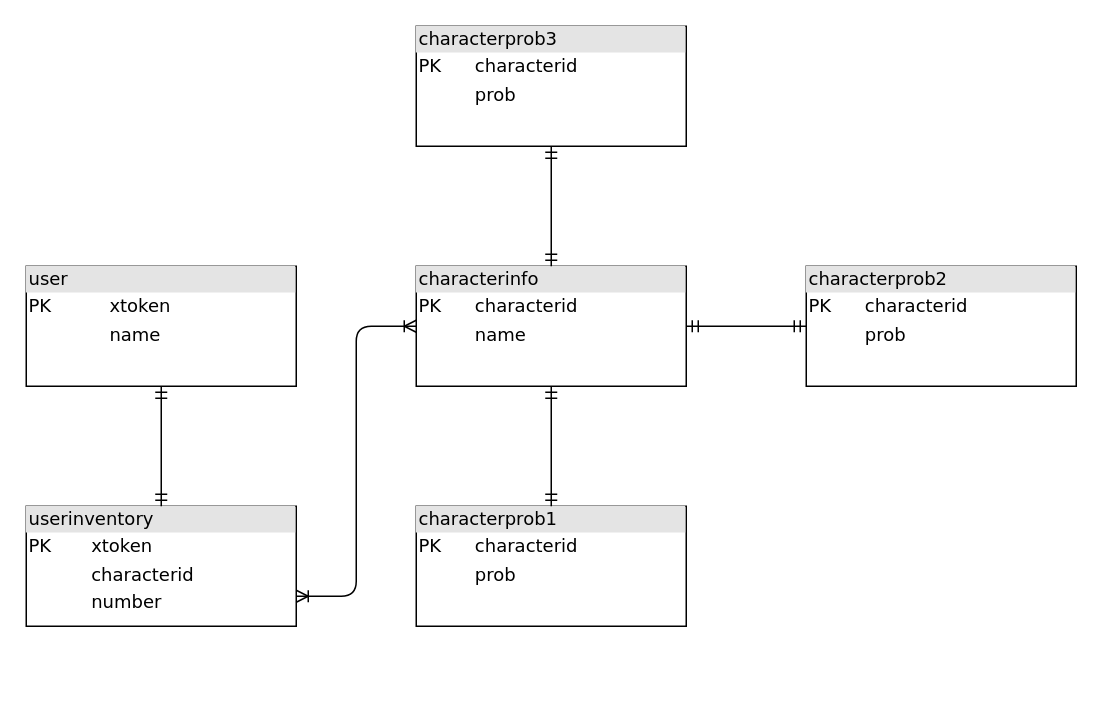
Above: Untitled Diagram.drawio in Rabishop/techtrain (draw.io), before the change. Source tidied: cells renumbered, new cells numbered last; positions are measured from the earlier drawing's top-left corner, leaving out a move shared by most shapes. Both pictures are drawn from the tidied source at 150%, with x=0, y=0 at pixel (26, 26).
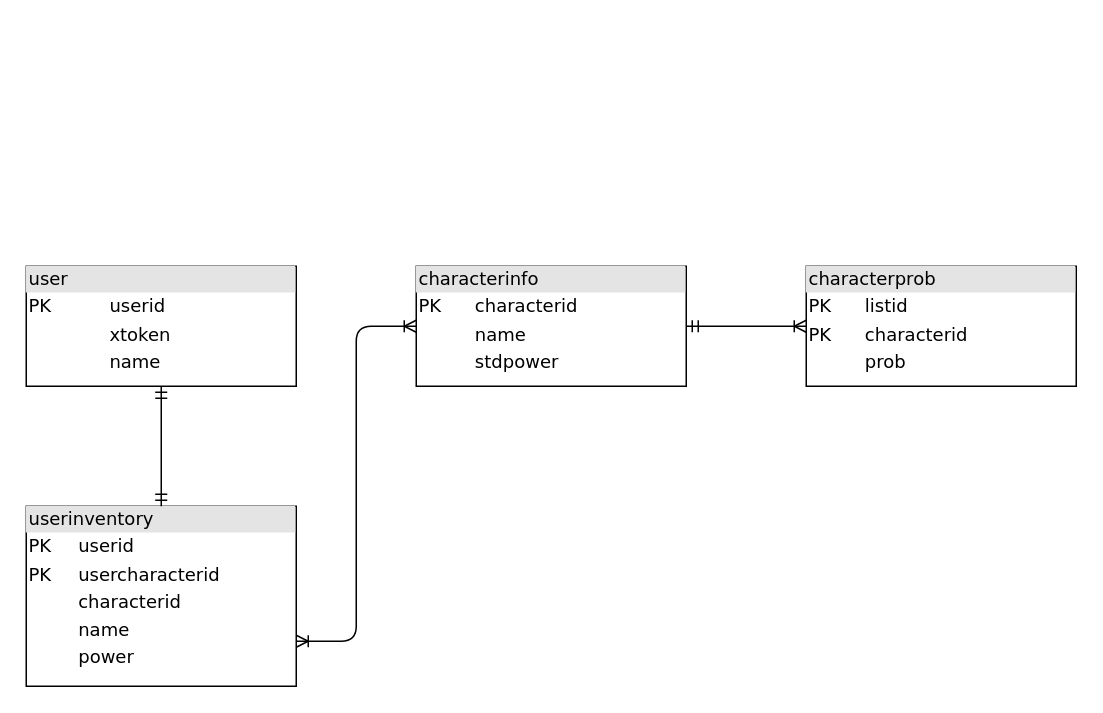
Above is the later version.

Diff of the diagram source:
```diff
@@
 <mxGraphModel>
   <root>
     <mxCell id="0" />
     <mxCell id="1" parent="0" />
-    <mxCell id="2" value="&lt;div style=&quot;box-sizing: border-box ; width: 100% ; background: #e4e4e4 ; padding: 2px&quot;&gt;userinventory&lt;/div&gt;&lt;table style=&quot;width: 100% ; font-size: 1em&quot; cellpadding=&quot;2&quot; cellspacing=&quot;0&quot;&gt;&lt;tbody&gt;&lt;tr&gt;&lt;td&gt;PK&lt;/td&gt;&lt;td&gt;&lt;br&gt;&lt;/td&gt;&lt;td&gt;xtoken&lt;/td&gt;&lt;td&gt;&lt;br&gt;&lt;/td&gt;&lt;/tr&gt;&lt;tr&gt;&lt;td&gt;&lt;br&gt;&lt;/td&gt;&lt;td&gt;&lt;br&gt;&lt;/td&gt;&lt;td&gt;characterid&lt;br&gt;&lt;/td&gt;&lt;td&gt;&lt;br&gt;&lt;/td&gt;&lt;/tr&gt;&lt;tr&gt;&lt;td&gt;&lt;br&gt;&lt;/td&gt;&lt;td&gt;&lt;br&gt;&lt;/td&gt;&lt;td&gt;number&lt;/td&gt;&lt;td&gt;&lt;/td&gt;&lt;/tr&gt;&lt;tr&gt;&lt;td&gt;&lt;br&gt;&lt;/td&gt;&lt;td&gt;&lt;br&gt;&lt;/td&gt;&lt;td&gt;&lt;br&gt;&lt;br&gt;&lt;/td&gt;&lt;td&gt;&lt;br&gt;&lt;/td&gt;&lt;/tr&gt;&lt;tr&gt;&lt;td&gt;&lt;br&gt;&lt;/td&gt;&lt;td&gt;&lt;br&gt;&lt;/td&gt;&lt;td&gt;&lt;br&gt;&lt;/td&gt;&lt;td&gt;&lt;br&gt;&lt;/td&gt;&lt;/tr&gt;&lt;/tbody&gt;&lt;/table&gt;" style="verticalAlign=top;align=left;overflow=fill;html=1;rounded=0;shadow=0;comic=0;labelBackgroundColor=none;strokeWidth=1;fontFamily=Verdana;fontSize=12;" parent="1" vertex="1">
-      <mxGeometry y="320" width="180" height="80" as="geometry" />
+    <mxCell id="2" value="&lt;div style=&quot;box-sizing: border-box ; width: 100% ; background: #e4e4e4 ; padding: 2px&quot;&gt;userinventory&lt;/div&gt;&lt;table style=&quot;width: 100% ; font-size: 1em&quot; cellpadding=&quot;2&quot; cellspacing=&quot;0&quot;&gt;&lt;tbody&gt;&lt;tr&gt;&lt;td&gt;PK&lt;/td&gt;&lt;td&gt;&lt;br&gt;&lt;/td&gt;&lt;td&gt;userid&lt;/td&gt;&lt;td&gt;&lt;br&gt;&lt;/td&gt;&lt;/tr&gt;&lt;tr&gt;&lt;td&gt;PK&lt;/td&gt;&lt;td&gt;&lt;br&gt;&lt;/td&gt;&lt;td&gt;usercharacterid&lt;br&gt;&lt;/td&gt;&lt;td&gt;&lt;br&gt;&lt;/td&gt;&lt;/tr&gt;&lt;tr&gt;&lt;td&gt;&lt;br&gt;&lt;/td&gt;&lt;td&gt;&lt;br&gt;&lt;/td&gt;&lt;td&gt;characterid&lt;br&gt;&lt;/td&gt;&lt;td&gt;&lt;/td&gt;&lt;/tr&gt;&lt;tr&gt;&lt;td&gt;&lt;br&gt;&lt;/td&gt;&lt;td&gt;&lt;br&gt;&lt;/td&gt;&lt;td&gt;name&lt;/td&gt;&lt;td&gt;&lt;br&gt;&lt;/td&gt;&lt;/tr&gt;&lt;tr&gt;&lt;td&gt;&lt;br&gt;&lt;/td&gt;&lt;td&gt;&lt;br&gt;&lt;/td&gt;&lt;td&gt;power&lt;/td&gt;&lt;td&gt;&lt;br&gt;&lt;/td&gt;&lt;/tr&gt;&lt;tr&gt;&lt;td&gt;&lt;br&gt;&lt;/td&gt;&lt;td&gt;&lt;br&gt;&lt;/td&gt;&lt;td&gt;&lt;br&gt;&lt;/td&gt;&lt;td&gt;&lt;br&gt;&lt;/td&gt;&lt;/tr&gt;&lt;tr&gt;&lt;td&gt;&lt;br&gt;&lt;/td&gt;&lt;td&gt;&lt;br&gt;&lt;/td&gt;&lt;td&gt;&lt;br&gt;&lt;br&gt;&lt;/td&gt;&lt;td&gt;&lt;br&gt;&lt;/td&gt;&lt;/tr&gt;&lt;tr&gt;&lt;td&gt;&lt;br&gt;&lt;/td&gt;&lt;td&gt;&lt;br&gt;&lt;/td&gt;&lt;td&gt;&lt;br&gt;&lt;/td&gt;&lt;td&gt;&lt;br&gt;&lt;/td&gt;&lt;/tr&gt;&lt;/tbody&gt;&lt;/table&gt;" style="verticalAlign=top;align=left;overflow=fill;html=1;rounded=0;shadow=0;comic=0;labelBackgroundColor=none;strokeWidth=1;fontFamily=Verdana;fontSize=12;" parent="1" vertex="1">
+      <mxGeometry y="320" width="180" height="120" as="geometry" />
     </mxCell>
     <mxCell id="3" style="edgeStyle=orthogonalEdgeStyle;html=1;entryX=0.5;entryY=0;labelBackgroundColor=none;startArrow=ERmandOne;endArrow=ERmandOne;fontFamily=Verdana;fontSize=12;align=left;endFill=0;" parent="1" edge="1" source="4" target="2">
       <mxGeometry relative="1" as="geometry" />
     </mxCell>
-    <mxCell id="4" value="&lt;div style=&quot;box-sizing: border-box; width: 100%; background: rgb(228, 228, 228); padding: 2px;&quot;&gt;user&lt;/div&gt;&lt;table style=&quot;width: 100% ; font-size: 1em&quot; cellpadding=&quot;2&quot; cellspacing=&quot;0&quot;&gt;&lt;tbody&gt;&lt;tr&gt;&lt;td&gt;PK&lt;/td&gt;&lt;td&gt;xtoken&lt;/td&gt;&lt;/tr&gt;&lt;tr&gt;&lt;td&gt;&lt;br&gt;&lt;/td&gt;&lt;td&gt;name&lt;/td&gt;&lt;/tr&gt;&lt;tr&gt;&lt;td&gt;&lt;/td&gt;&lt;td&gt;&lt;br&gt;&lt;/td&gt;&lt;/tr&gt;&lt;tr&gt;&lt;td&gt;&lt;/td&gt;&lt;td&gt;&lt;br&gt;&lt;/td&gt;&lt;/tr&gt;&lt;/tbody&gt;&lt;/table&gt;" style="verticalAlign=top;align=left;overflow=fill;html=1;rounded=0;shadow=0;comic=0;labelBackgroundColor=none;strokeWidth=1;fontFamily=Verdana;fontSize=12;" parent="1" vertex="1">
+    <mxCell id="4" value="&lt;div style=&quot;box-sizing: border-box; width: 100%; background: rgb(228, 228, 228); padding: 2px;&quot;&gt;user&lt;/div&gt;&lt;table style=&quot;width: 100% ; font-size: 1em&quot; cellpadding=&quot;2&quot; cellspacing=&quot;0&quot;&gt;&lt;tbody&gt;&lt;tr&gt;&lt;td&gt;PK&lt;/td&gt;&lt;td&gt;userid&lt;/td&gt;&lt;/tr&gt;&lt;tr&gt;&lt;td&gt;&lt;br&gt;&lt;/td&gt;&lt;td&gt;xtoken&lt;/td&gt;&lt;/tr&gt;&lt;tr&gt;&lt;td&gt;&lt;br&gt;&lt;/td&gt;&lt;td&gt;name&lt;/td&gt;&lt;/tr&gt;&lt;tr&gt;&lt;td&gt;&lt;/td&gt;&lt;td&gt;&lt;br&gt;&lt;/td&gt;&lt;/tr&gt;&lt;tr&gt;&lt;td&gt;&lt;/td&gt;&lt;td&gt;&lt;br&gt;&lt;/td&gt;&lt;/tr&gt;&lt;/tbody&gt;&lt;/table&gt;" style="verticalAlign=top;align=left;overflow=fill;html=1;rounded=0;shadow=0;comic=0;labelBackgroundColor=none;strokeWidth=1;fontFamily=Verdana;fontSize=12;" parent="1" vertex="1">
       <mxGeometry y="160" width="180" height="80" as="geometry" />
     </mxCell>
-    <mxCell id="5" value="&lt;div style=&quot;box-sizing:border-box;width:100%;background:#e4e4e4;padding:2px;&quot;&gt;characterprob1&lt;/div&gt;&lt;table style=&quot;width:100%;font-size:1em;&quot; cellpadding=&quot;2&quot; cellspacing=&quot;0&quot;&gt;&lt;tbody&gt;&lt;tr&gt;&lt;td&gt;PK&lt;/td&gt;&lt;td&gt;characterid&lt;/td&gt;&lt;/tr&gt;&lt;tr&gt;&lt;td&gt;&lt;br&gt;&lt;/td&gt;&lt;td&gt;prob&lt;/td&gt;&lt;/tr&gt;&lt;tr&gt;&lt;td&gt;&lt;/td&gt;&lt;td&gt;&lt;br&gt;&lt;/td&gt;&lt;/tr&gt;&lt;/tbody&gt;&lt;/table&gt;" style="verticalAlign=top;align=left;overflow=fill;html=1;rounded=0;shadow=0;comic=0;labelBackgroundColor=none;strokeWidth=1;fontFamily=Verdana;fontSize=12;" parent="1" vertex="1">
-      <mxGeometry x="260" y="320" width="180" height="80" as="geometry" />
-    </mxCell>
-    <mxCell id="6" style="edgeStyle=orthogonalEdgeStyle;html=1;entryX=0.5;entryY=0;labelBackgroundColor=none;startArrow=ERmandOne;endArrow=ERmandOne;fontFamily=Verdana;fontSize=12;align=left;endFill=0;" parent="1" edge="1" source="7" target="5">
-      <mxGeometry relative="1" as="geometry" />
-    </mxCell>
-    <mxCell id="7" value="&lt;div style=&quot;box-sizing: border-box ; width: 100% ; background: #e4e4e4 ; padding: 2px&quot;&gt;characterinfo&lt;/div&gt;&lt;table style=&quot;width: 100% ; font-size: 1em&quot; cellpadding=&quot;2&quot; cellspacing=&quot;0&quot;&gt;&lt;tbody&gt;&lt;tr&gt;&lt;td&gt;PK&lt;/td&gt;&lt;td&gt;characterid&lt;/td&gt;&lt;/tr&gt;&lt;tr&gt;&lt;td&gt;&lt;br&gt;&lt;/td&gt;&lt;td&gt;name&lt;/td&gt;&lt;/tr&gt;&lt;tr&gt;&lt;td&gt;&lt;br&gt;&lt;/td&gt;&lt;td&gt;&lt;br&gt;&lt;/td&gt;&lt;/tr&gt;&lt;tr&gt;&lt;td&gt;&lt;/td&gt;&lt;td&gt;&lt;/td&gt;&lt;/tr&gt;&lt;/tbody&gt;&lt;/table&gt;" style="verticalAlign=top;align=left;overflow=fill;html=1;rounded=0;shadow=0;comic=0;labelBackgroundColor=none;strokeWidth=1;fontFamily=Verdana;fontSize=12;" parent="1" vertex="1">
+    <mxCell id="7" value="&lt;div style=&quot;box-sizing: border-box ; width: 100% ; background: #e4e4e4 ; padding: 2px&quot;&gt;characterinfo&lt;/div&gt;&lt;table style=&quot;width: 100% ; font-size: 1em&quot; cellpadding=&quot;2&quot; cellspacing=&quot;0&quot;&gt;&lt;tbody&gt;&lt;tr&gt;&lt;td&gt;PK&lt;/td&gt;&lt;td&gt;characterid&lt;/td&gt;&lt;/tr&gt;&lt;tr&gt;&lt;td&gt;&lt;br&gt;&lt;/td&gt;&lt;td&gt;name&lt;/td&gt;&lt;/tr&gt;&lt;tr&gt;&lt;td&gt;&lt;br&gt;&lt;/td&gt;&lt;td&gt;stdpower&lt;/td&gt;&lt;/tr&gt;&lt;tr&gt;&lt;td&gt;&lt;br&gt;&lt;/td&gt;&lt;td&gt;&lt;br&gt;&lt;/td&gt;&lt;/tr&gt;&lt;tr&gt;&lt;td&gt;&lt;/td&gt;&lt;td&gt;&lt;/td&gt;&lt;/tr&gt;&lt;/tbody&gt;&lt;/table&gt;" style="verticalAlign=top;align=left;overflow=fill;html=1;rounded=0;shadow=0;comic=0;labelBackgroundColor=none;strokeWidth=1;fontFamily=Verdana;fontSize=12;" parent="1" vertex="1">
       <mxGeometry x="260" y="160" width="180" height="80" as="geometry" />
     </mxCell>
     <mxCell id="8" style="edgeStyle=orthogonalEdgeStyle;html=1;labelBackgroundColor=none;startArrow=ERoneToMany;endArrow=ERoneToMany;fontFamily=Verdana;fontSize=12;align=left;endFill=0;exitX=0;exitY=0.5;exitDx=0;exitDy=0;entryX=1;entryY=0.75;entryDx=0;entryDy=0;startFill=0;" parent="1" edge="1" source="7" target="2">
       <mxGeometry relative="1" as="geometry" />
     </mxCell>
-    <mxCell id="9" value="&lt;div style=&quot;box-sizing:border-box;width:100%;background:#e4e4e4;padding:2px;&quot;&gt;characterprob2&lt;/div&gt;&lt;table style=&quot;width:100%;font-size:1em;&quot; cellpadding=&quot;2&quot; cellspacing=&quot;0&quot;&gt;&lt;tbody&gt;&lt;tr&gt;&lt;td&gt;PK&lt;/td&gt;&lt;td&gt;characterid&lt;/td&gt;&lt;/tr&gt;&lt;tr&gt;&lt;td&gt;&lt;br&gt;&lt;/td&gt;&lt;td&gt;prob&lt;/td&gt;&lt;/tr&gt;&lt;tr&gt;&lt;td&gt;&lt;/td&gt;&lt;td&gt;&lt;br&gt;&lt;/td&gt;&lt;/tr&gt;&lt;/tbody&gt;&lt;/table&gt;" style="verticalAlign=top;align=left;overflow=fill;html=1;rounded=0;shadow=0;comic=0;labelBackgroundColor=none;strokeWidth=1;fontFamily=Verdana;fontSize=12;" parent="1" vertex="1">
+    <mxCell id="9" value="&lt;div style=&quot;box-sizing:border-box;width:100%;background:#e4e4e4;padding:2px;&quot;&gt;characterprob&lt;/div&gt;&lt;table style=&quot;width:100%;font-size:1em;&quot; cellpadding=&quot;2&quot; cellspacing=&quot;0&quot;&gt;&lt;tbody&gt;&lt;tr&gt;&lt;td&gt;PK&lt;/td&gt;&lt;td&gt;listid&lt;/td&gt;&lt;/tr&gt;&lt;tr&gt;&lt;td&gt;PK&lt;/td&gt;&lt;td&gt;characterid&lt;/td&gt;&lt;/tr&gt;&lt;tr&gt;&lt;td&gt;&lt;/td&gt;&lt;td&gt;prob&lt;/td&gt;&lt;/tr&gt;&lt;/tbody&gt;&lt;/table&gt;" style="verticalAlign=top;align=left;overflow=fill;html=1;rounded=0;shadow=0;comic=0;labelBackgroundColor=none;strokeWidth=1;fontFamily=Verdana;fontSize=12;" parent="1" vertex="1">
       <mxGeometry x="520" y="160" width="180" height="80" as="geometry" />
     </mxCell>
-    <mxCell id="10" value="&lt;div style=&quot;box-sizing:border-box;width:100%;background:#e4e4e4;padding:2px;&quot;&gt;characterprob3&lt;/div&gt;&lt;table style=&quot;width:100%;font-size:1em;&quot; cellpadding=&quot;2&quot; cellspacing=&quot;0&quot;&gt;&lt;tbody&gt;&lt;tr&gt;&lt;td&gt;PK&lt;/td&gt;&lt;td&gt;characterid&lt;/td&gt;&lt;/tr&gt;&lt;tr&gt;&lt;td&gt;&lt;br&gt;&lt;/td&gt;&lt;td&gt;prob&lt;/td&gt;&lt;/tr&gt;&lt;tr&gt;&lt;td&gt;&lt;/td&gt;&lt;td&gt;&lt;br&gt;&lt;/td&gt;&lt;/tr&gt;&lt;/tbody&gt;&lt;/table&gt;" style="verticalAlign=top;align=left;overflow=fill;html=1;rounded=0;shadow=0;comic=0;labelBackgroundColor=none;strokeWidth=1;fontFamily=Verdana;fontSize=12;" parent="1" vertex="1">
-      <mxGeometry x="260" width="180" height="80" as="geometry" />
-    </mxCell>
-    <mxCell id="11" style="edgeStyle=orthogonalEdgeStyle;html=1;entryX=0;entryY=0.5;labelBackgroundColor=none;startArrow=ERmandOne;endArrow=ERmandOne;fontFamily=Verdana;fontSize=12;align=left;endFill=0;entryDx=0;entryDy=0;exitX=1;exitY=0.5;exitDx=0;exitDy=0;" parent="1" edge="1" source="7" target="9">
+    <mxCell id="11" style="edgeStyle=orthogonalEdgeStyle;html=1;entryX=0;entryY=0.5;labelBackgroundColor=none;startArrow=ERmandOne;endArrow=ERoneToMany;fontFamily=Verdana;fontSize=12;align=left;endFill=0;exitX=1;exitY=0.5;exitDx=0;exitDy=0;entryDx=0;entryDy=0;" parent="1" edge="1" source="7" target="9">
       <mxGeometry relative="1" as="geometry" />
     </mxCell>
-    <mxCell id="12" style="edgeStyle=orthogonalEdgeStyle;html=1;entryX=0.5;entryY=0;labelBackgroundColor=none;startArrow=ERmandOne;endArrow=ERmandOne;fontFamily=Verdana;fontSize=12;align=left;endFill=0;exitX=0.5;exitY=1;exitDx=0;exitDy=0;entryDx=0;entryDy=0;" parent="1" edge="1" source="10" target="7">
-      <mxGeometry relative="1" as="geometry" />
-    </mxCell>
   </root>
 </mxGraphModel>
```
